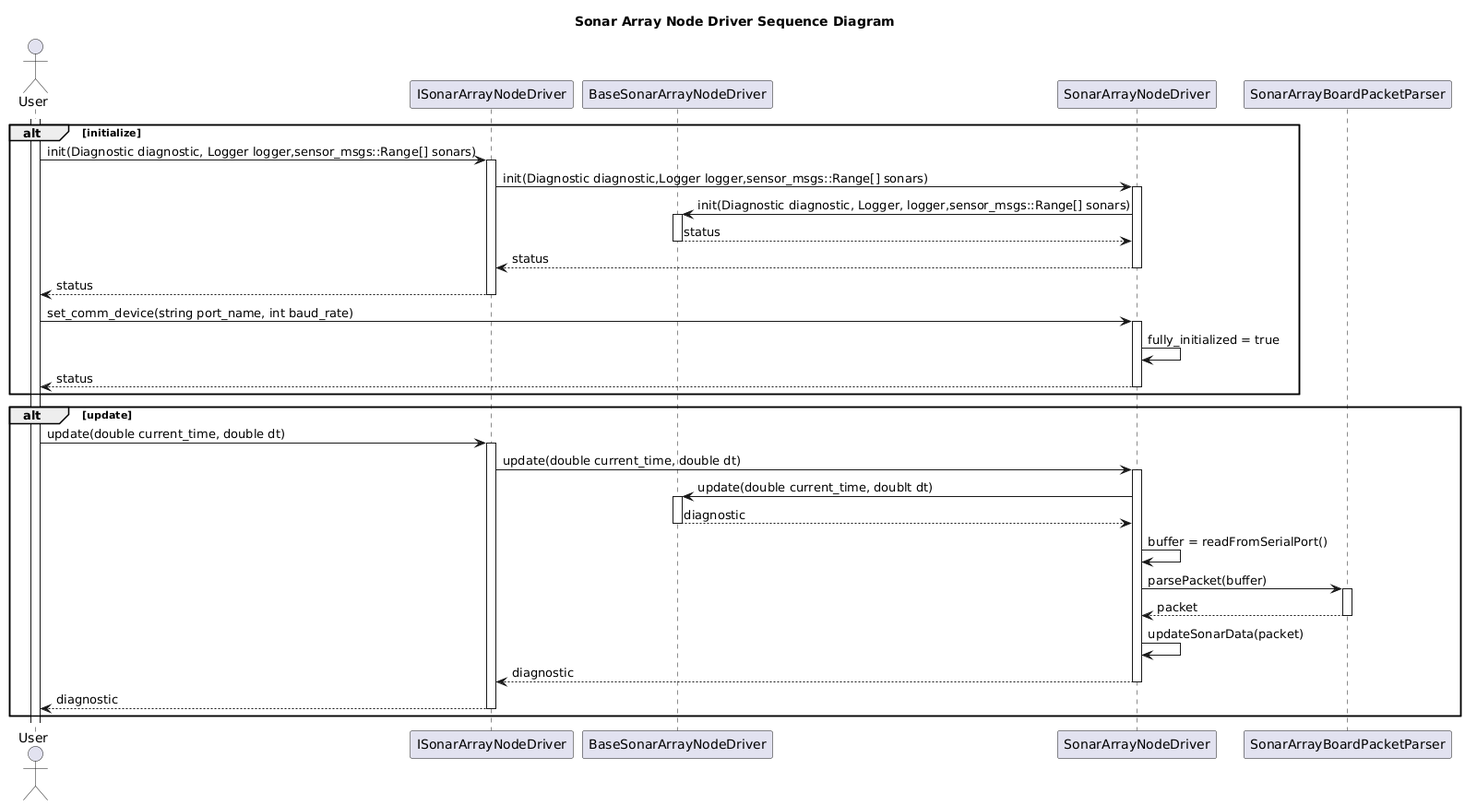
The PlantUML diagram nodes/SonarArrayDriverNode/driver/doc/output/SonarArrayNodeDriverSequenceDiagram.png in fastrobotics/sonar_array, before a commit.
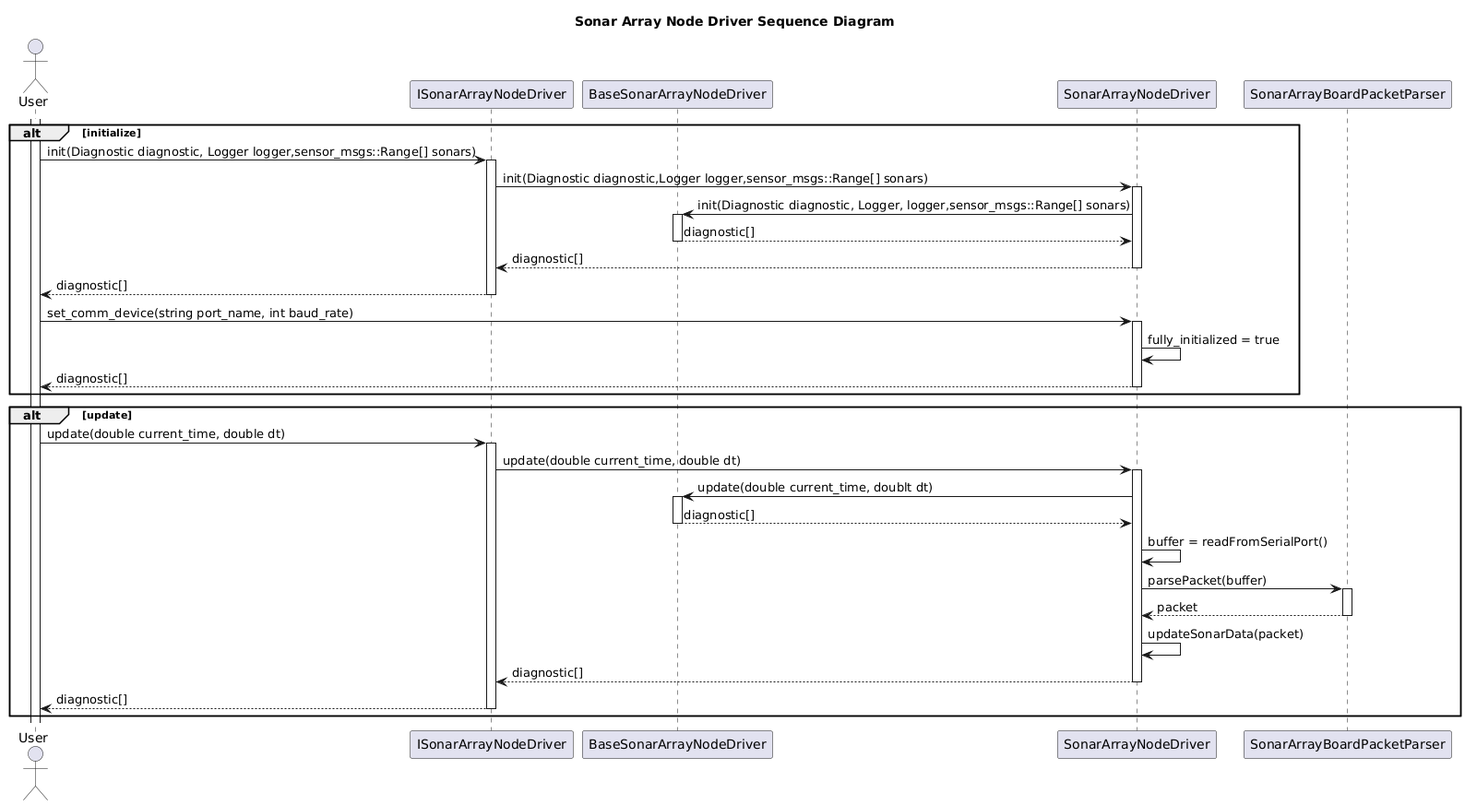
After the commit.

Change to the diagram source:
```diff
@@ -11,26 +11,26 @@
 user -> interface++: init(Diagnostic diagnostic, Logger logger,sensor_msgs::Range[] sonars)
 interface -> driver++: init(Diagnostic diagnostic,Logger logger,sensor_msgs::Range[] sonars)
 driver -> base++: init(Diagnostic diagnostic, Logger, logger,sensor_msgs::Range[] sonars)
-base --> driver--: status
-driver --> interface--: status
-interface --> user--: status
+base --> driver--: diagnostic[]
+driver --> interface--: diagnostic[]
+interface --> user--: diagnostic[]
 
 user -> driver++: set_comm_device(string port_name, int baud_rate)
 driver -> driver: fully_initialized = true
-driver --> user--: status
+driver --> user--: diagnostic[]
 end
 
 alt update
 user -> interface++: update(double current_time, double dt)
 interface -> driver++: update(double current_time, double dt)
 driver -> base++: update(double current_time, doublt dt)
-base --> driver--: diagnostic
+base --> driver--: diagnostic[]
 driver -> driver: buffer = readFromSerialPort()
 driver -> parser++: parsePacket(buffer)
 parser --> driver--: packet
 driver -> driver:  updateSonarData(packet)
-driver --> interface--: diagnostic
-interface --> user--: diagnostic
+driver --> interface--: diagnostic[]
+interface --> user--: diagnostic[]
 end
 
 @enduml
```
